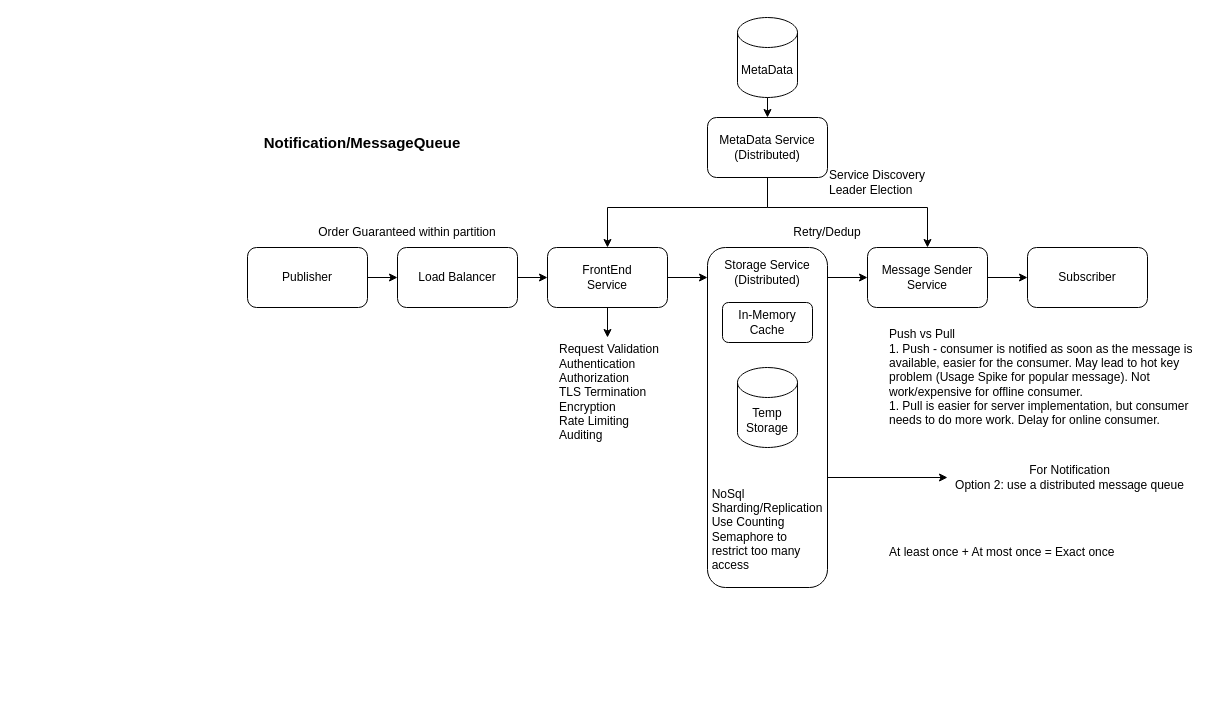
Before: 1_Notification_MessageQ.drawio in xwq172677170/SysdDiagram, a draw.io diagram. Source tidied: cells renumbered, new cells numbered last; positions are measured from the earlier drawing's top-left corner, leaving out a move shared by most shapes. Both pictures are drawn from the tidied source at 100%, with x=0, y=0 at pixel (247, 17).
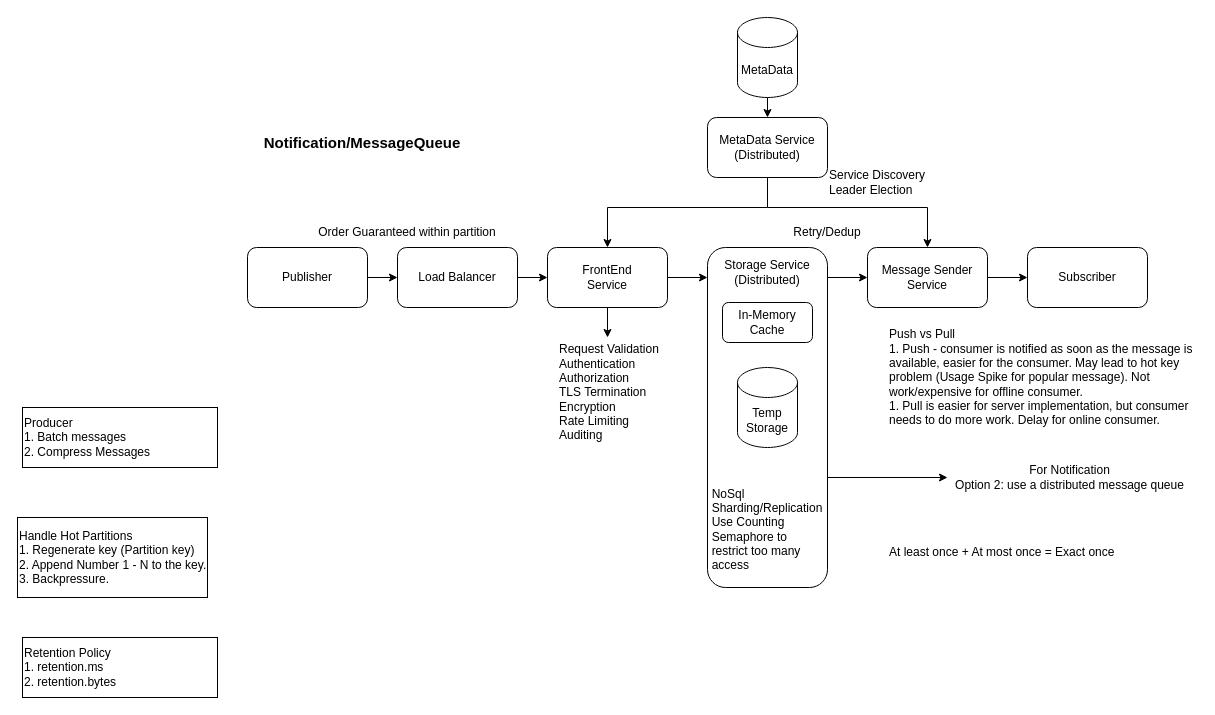
The same diagram, later.

What changed in the source:
```diff
@@
+    <mxCell id="32" value="Handle Hot Partitions&lt;div&gt;1. Regenerate key (Partition key)&lt;/div&gt;&lt;div&gt;2. Append Number 1 - N to the key.&lt;/div&gt;&lt;div&gt;3. Backpressure.&lt;/div&gt;" style="rounded=0;whiteSpace=wrap;html=1;align=left;" parent="1" vertex="1">
+      <mxGeometry x="-230" y="500" width="190" height="80" as="geometry" />
+    </mxCell>
+    <mxCell id="33" value="Producer&lt;div&gt;1. Batch messages&lt;/div&gt;&lt;div&gt;2. Compress Messages&lt;/div&gt;" style="rounded=0;whiteSpace=wrap;html=1;align=left;" parent="1" vertex="1">
+      <mxGeometry x="-225" y="390" width="195" height="60" as="geometry" />
+    </mxCell>
+    <mxCell id="34" value="Retention Policy&lt;br&gt;&lt;div&gt;1. retention.ms&lt;/div&gt;&lt;div&gt;2. retention.bytes&lt;/div&gt;" style="rounded=0;whiteSpace=wrap;html=1;align=left;" parent="1" vertex="1">
+      <mxGeometry x="-225" y="620" width="195" height="60" as="geometry" />
+    </mxCell>
```
